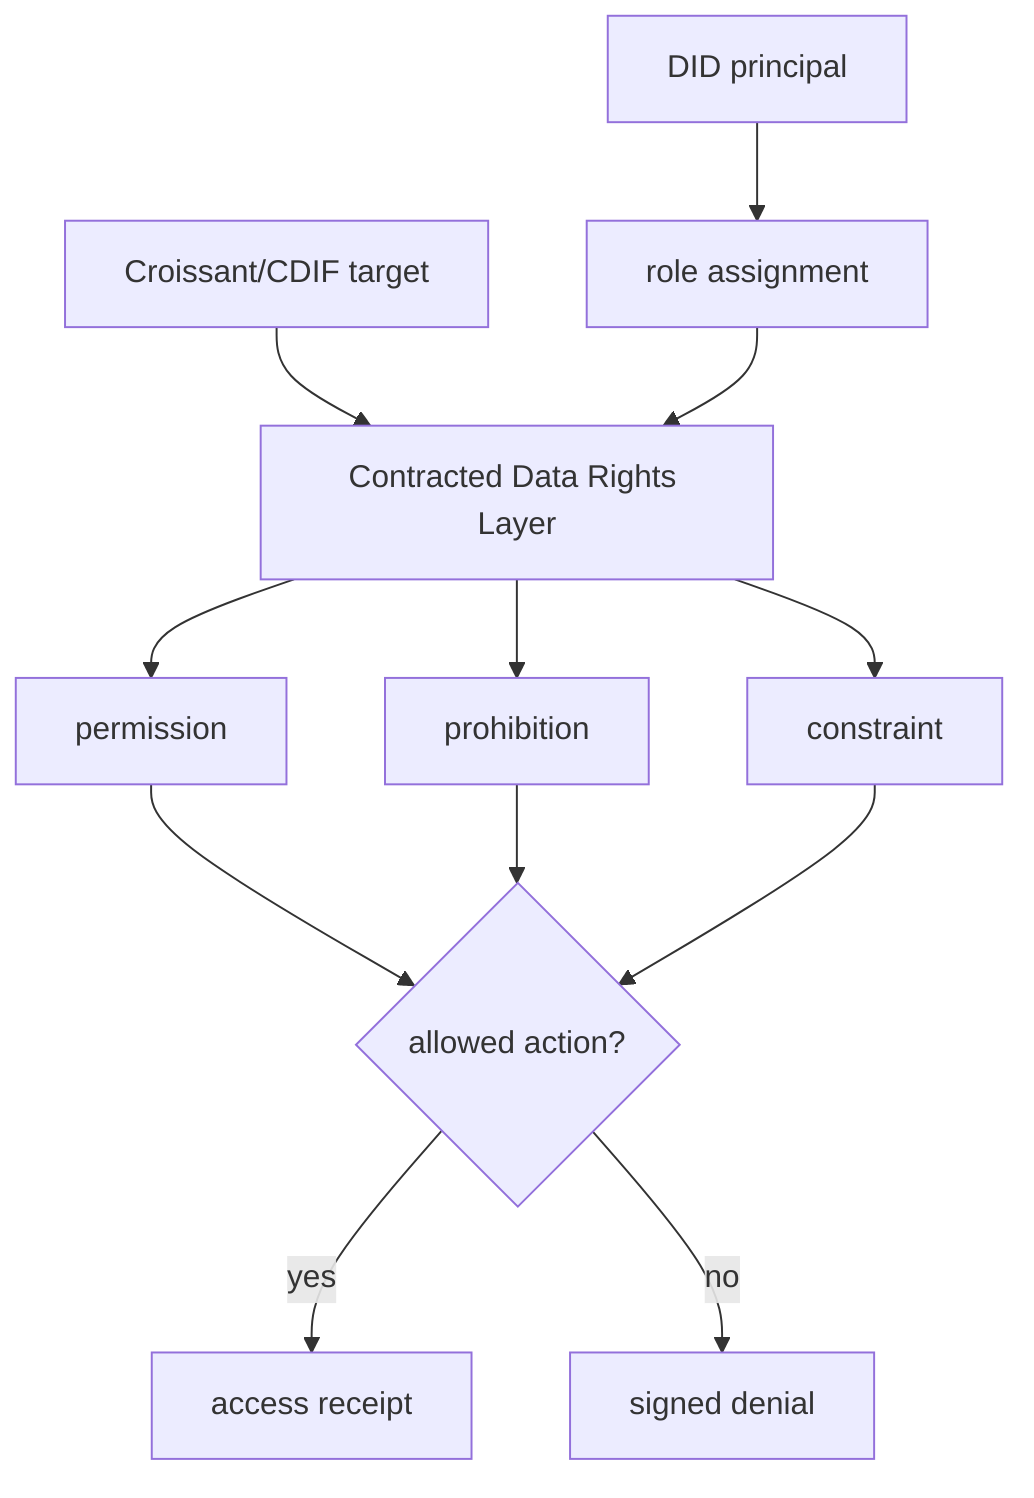
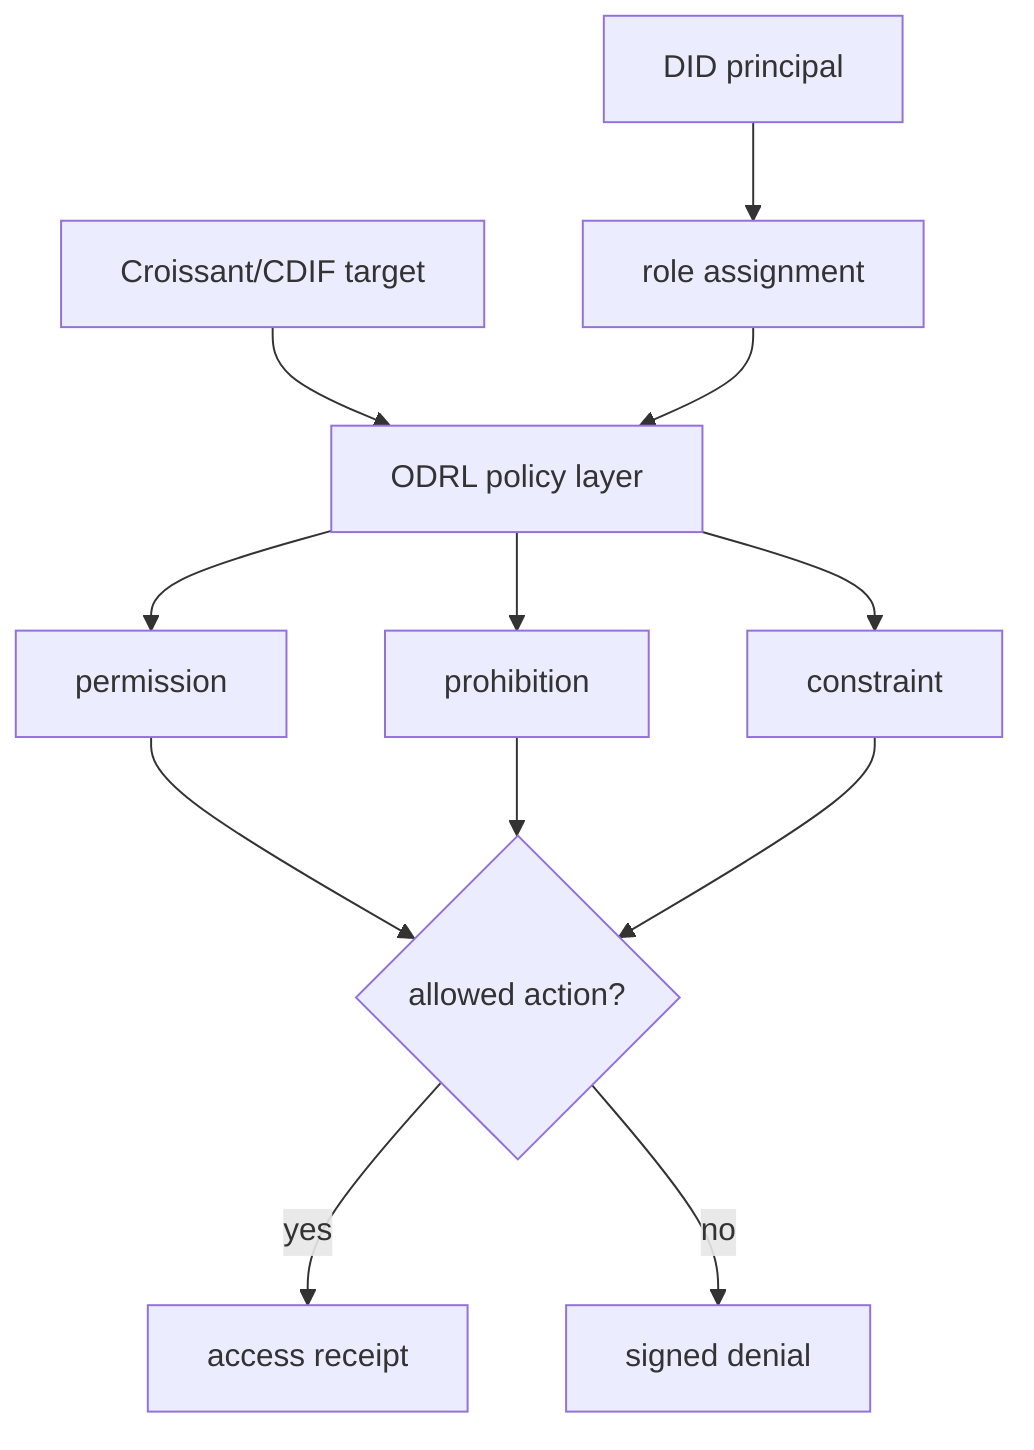
flowchart TD
    Principal["DID principal"] --> RBAC["role assignment"]
-     Asset["Croissant/CDIF target"] --> CDRL["Contracted Data Rights Layer"]
-     RBAC --> CDRL
-     CDRL --> Permit["permission"]
-     CDRL --> Prohibit["prohibition"]
-     CDRL --> Constraint["constraint"]
+     Asset["Croissant/CDIF target"] --> ODRL["ODRL policy layer"]
+     RBAC --> ODRL
+     ODRL --> Permit["permission"]
+     ODRL --> Prohibit["prohibition"]
+     ODRL --> Constraint["constraint"]
    Permit --> Decision{"allowed action?"}
    Prohibit --> Decision
    Constraint --> Decision
    Decision -->|yes| Receipt["access receipt"]
    Decision -->|no| Denial["signed denial"]
